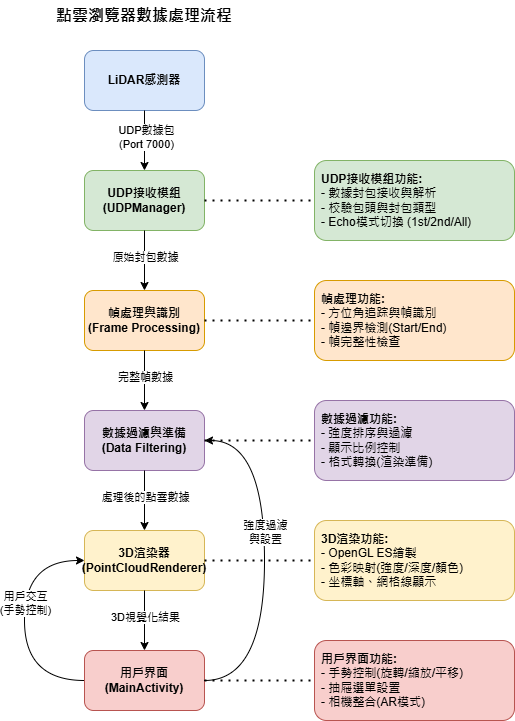
Above: docs/images/流程圖1.png in Dylan0624/PointCloudViewer (draw.io), before the change. Source tidied: cells renumbered, new cells last; positions are measured from the earlier drawing's top-left corner, leaving out a move shared by most shapes.
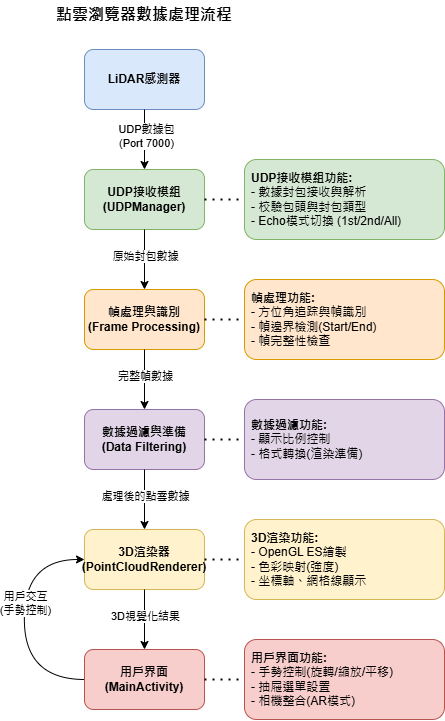
After the change.

What changed in the source:
```diff
@@ -61,51 +61,38 @@
     <mxCell id="19" value="用戶交互&lt;br&gt;(手勢控制)" style="edgeLabel;html=1;align=center;verticalAlign=middle;" parent="18" vertex="1">
       <mxGeometry x="0.15" relative="1" as="geometry" />
     </mxCell>
-    <mxCell id="20" style="endArrow=classic;html=1;rounded=0;exitX=1;exitY=0.5;exitDx=0;exitDy=0;entryX=1;entryY=0.5;entryDx=0;entryDy=0;edgeStyle=orthogonalEdgeStyle;curved=1;" parent="1" edge="1" source="7" target="5">
-      <mxGeometry relative="1" as="geometry">
-        <Array as="points">
-          <mxPoint x="250" y="680" />
-          <mxPoint x="250" y="440" />
-        </Array>
-      </mxGeometry>
+    <mxCell id="20" value="&lt;font style=&quot;font-size: 16px;&quot;&gt;&lt;b&gt;點雲瀏覽器數據處理流程&lt;/b&gt;&lt;/font&gt;" style="text;html=1;strokeColor=none;fillColor=none;align=center;verticalAlign=middle;whiteSpace=wrap;rounded=0;" parent="1" vertex="1">
+      <mxGeometry width="260" height="30" as="geometry" />
     </mxCell>
-    <mxCell id="21" value="強度過濾&lt;br&gt;與設置" style="edgeLabel;html=1;align=center;verticalAlign=middle;points=[];" parent="20" vertex="1">
-      <mxGeometry x="0.15" relative="1" as="geometry">
-        <mxPoint y="-3" as="offset" />
-      </mxGeometry>
+    <mxCell id="21" value="&lt;b&gt;UDP接收模組功能:&lt;/b&gt;&lt;br&gt;- 數據封包接收與解析&lt;br&gt;- 校驗包頭與封包類型&lt;br&gt;- Echo模式切換 (1st/2nd/All)" style="rounded=1;whiteSpace=wrap;html=1;fillColor=#d5e8d4;strokeColor=#82b366;align=left;spacingLeft=5;" parent="1" vertex="1">
+      <mxGeometry x="230" y="160" width="200" height="80" as="geometry" />
     </mxCell>
-    <mxCell id="22" value="&lt;font style=&quot;font-size: 16px;&quot;&gt;&lt;b&gt;點雲瀏覽器數據處理流程&lt;/b&gt;&lt;/font&gt;" style="text;html=1;strokeColor=none;fillColor=none;align=center;verticalAlign=middle;whiteSpace=wrap;rounded=0;" parent="1" vertex="1">
-      <mxGeometry width="260" height="30" as="geometry" />
+    <mxCell id="22" value="&lt;b&gt;幀處理功能:&lt;/b&gt;&lt;br&gt;- 方位角追踪與幀識別&lt;br&gt;- 幀邊界檢測(Start/End)&lt;br&gt;- 幀完整性檢查" style="rounded=1;whiteSpace=wrap;html=1;fillColor=#ffe6cc;strokeColor=#d79b00;align=left;spacingLeft=5;" parent="1" vertex="1">
+      <mxGeometry x="230" y="280" width="200" height="80" as="geometry" />
     </mxCell>
-    <mxCell id="23" value="&lt;b&gt;UDP接收模組功能:&lt;/b&gt;&lt;br&gt;- 數據封包接收與解析&lt;br&gt;- 校驗包頭與封包類型&lt;br&gt;- Echo模式切換 (1st/2nd/All)" style="rounded=1;whiteSpace=wrap;html=1;fillColor=#d5e8d4;strokeColor=#82b366;align=left;spacingLeft=5;" parent="1" vertex="1">
-      <mxGeometry x="300" y="160" width="200" height="80" as="geometry" />
+    <mxCell id="23" value="&lt;b&gt;數據過濾功能:&lt;/b&gt;&lt;br&gt;- 顯示比例控制&lt;br&gt;- 格式轉換(渲染準備)" style="rounded=1;whiteSpace=wrap;html=1;fillColor=#e1d5e7;strokeColor=#9673a6;align=left;spacingLeft=5;" parent="1" vertex="1">
+      <mxGeometry x="230" y="400" width="200" height="80" as="geometry" />
     </mxCell>
-    <mxCell id="24" value="&lt;b&gt;幀處理功能:&lt;/b&gt;&lt;br&gt;- 方位角追踪與幀識別&lt;br&gt;- 幀邊界檢測(Start/End)&lt;br&gt;- 幀完整性檢查" style="rounded=1;whiteSpace=wrap;html=1;fillColor=#ffe6cc;strokeColor=#d79b00;align=left;spacingLeft=5;" parent="1" vertex="1">
-      <mxGeometry x="300" y="280" width="200" height="80" as="geometry" />
+    <mxCell id="24" value="&lt;b&gt;3D渲染功能:&lt;/b&gt;&lt;br&gt;- OpenGL ES繪製&lt;br&gt;- 色彩映射(強度)&lt;br&gt;- 坐標軸、網格線顯示" style="rounded=1;whiteSpace=wrap;html=1;fillColor=#fff2cc;strokeColor=#d6b656;align=left;spacingLeft=5;" parent="1" vertex="1">
+      <mxGeometry x="230" y="520" width="200" height="80" as="geometry" />
     </mxCell>
-    <mxCell id="25" value="&lt;b&gt;數據過濾功能:&lt;/b&gt;&lt;br&gt;- 強度排序與過濾&lt;br&gt;- 顯示比例控制&lt;br&gt;- 格式轉換(渲染準備)" style="rounded=1;whiteSpace=wrap;html=1;fillColor=#e1d5e7;strokeColor=#9673a6;align=left;spacingLeft=5;" parent="1" vertex="1">
-      <mxGeometry x="300" y="400" width="200" height="80" as="geometry" />
+    <mxCell id="25" value="&lt;b&gt;用戶界面功能:&lt;/b&gt;&lt;br&gt;- 手勢控制(旋轉/縮放/平移)&lt;br&gt;- 抽屜選單設置&lt;br&gt;- 相機整合(AR模式)" style="rounded=1;whiteSpace=wrap;html=1;fillColor=#f8cecc;strokeColor=#b85450;align=left;spacingLeft=5;" parent="1" vertex="1">
+      <mxGeometry x="230" y="640" width="200" height="80" as="geometry" />
     </mxCell>
-    <mxCell id="26" value="&lt;b&gt;3D渲染功能:&lt;/b&gt;&lt;br&gt;- OpenGL ES繪製&lt;br&gt;- 色彩映射(強度/深度/顏色)&lt;br&gt;- 坐標軸、網格線顯示" style="rounded=1;whiteSpace=wrap;html=1;fillColor=#fff2cc;strokeColor=#d6b656;align=left;spacingLeft=5;" parent="1" vertex="1">
-      <mxGeometry x="300" y="520" width="200" height="80" as="geometry" />
+    <mxCell id="26" style="endArrow=none;dashed=1;html=1;dashPattern=1 3;strokeWidth=2;rounded=0;exitX=1;exitY=0.5;exitDx=0;exitDy=0;entryX=0;entryY=0.5;entryDx=0;entryDy=0;" parent="1" edge="1" source="3" target="21">
+      <mxGeometry relative="1" as="geometry" />
     </mxCell>
-    <mxCell id="27" value="&lt;b&gt;用戶界面功能:&lt;/b&gt;&lt;br&gt;- 手勢控制(旋轉/縮放/平移)&lt;br&gt;- 抽屜選單設置&lt;br&gt;- 相機整合(AR模式)" style="rounded=1;whiteSpace=wrap;html=1;fillColor=#f8cecc;strokeColor=#b85450;align=left;spacingLeft=5;" parent="1" vertex="1">
-      <mxGeometry x="300" y="640" width="200" height="80" as="geometry" />
+    <mxCell id="27" style="endArrow=none;dashed=1;html=1;dashPattern=1 3;strokeWidth=2;rounded=0;exitX=1;exitY=0.5;exitDx=0;exitDy=0;entryX=0;entryY=0.5;entryDx=0;entryDy=0;" parent="1" edge="1" source="4" target="22">
+      <mxGeometry relative="1" as="geometry" />
     </mxCell>
-    <mxCell id="28" style="endArrow=none;dashed=1;html=1;dashPattern=1 3;strokeWidth=2;rounded=0;exitX=1;exitY=0.5;exitDx=0;exitDy=0;entryX=0;entryY=0.5;entryDx=0;entryDy=0;" parent="1" edge="1" source="3" target="23">
+    <mxCell id="28" style="endArrow=none;dashed=1;html=1;dashPattern=1 3;strokeWidth=2;rounded=0;exitX=1;exitY=0.5;exitDx=0;exitDy=0;entryX=0;entryY=0.5;entryDx=0;entryDy=0;" parent="1" edge="1" source="5" target="23">
       <mxGeometry relative="1" as="geometry" />
     </mxCell>
-    <mxCell id="29" style="endArrow=none;dashed=1;html=1;dashPattern=1 3;strokeWidth=2;rounded=0;exitX=1;exitY=0.5;exitDx=0;exitDy=0;entryX=0;entryY=0.5;entryDx=0;entryDy=0;" parent="1" edge="1" source="4" target="24">
+    <mxCell id="29" style="endArrow=none;dashed=1;html=1;dashPattern=1 3;strokeWidth=2;rounded=0;exitX=1;exitY=0.5;exitDx=0;exitDy=0;entryX=0;entryY=0.5;entryDx=0;entryDy=0;" parent="1" edge="1" source="6" target="24">
       <mxGeometry relative="1" as="geometry" />
     </mxCell>
-    <mxCell id="30" style="endArrow=none;dashed=1;html=1;dashPattern=1 3;strokeWidth=2;rounded=0;exitX=1;exitY=0.5;exitDx=0;exitDy=0;entryX=0;entryY=0.5;entryDx=0;entryDy=0;" parent="1" edge="1" source="5" target="25">
+    <mxCell id="30" style="endArrow=none;dashed=1;html=1;dashPattern=1 3;strokeWidth=2;rounded=0;exitX=1;exitY=0.5;exitDx=0;exitDy=0;entryX=0;entryY=0.5;entryDx=0;entryDy=0;" parent="1" edge="1" source="7" target="25">
       <mxGeometry relative="1" as="geometry" />
     </mxCell>
-    <mxCell id="31" style="endArrow=none;dashed=1;html=1;dashPattern=1 3;strokeWidth=2;rounded=0;exitX=1;exitY=0.5;exitDx=0;exitDy=0;entryX=0;entryY=0.5;entryDx=0;entryDy=0;" parent="1" edge="1" source="6" target="26">
-      <mxGeometry relative="1" as="geometry" />
-    </mxCell>
-    <mxCell id="32" style="endArrow=none;dashed=1;html=1;dashPattern=1 3;strokeWidth=2;rounded=0;exitX=1;exitY=0.5;exitDx=0;exitDy=0;entryX=0;entryY=0.5;entryDx=0;entryDy=0;" parent="1" edge="1" source="7" target="27">
-      <mxGeometry relative="1" as="geometry" />
-    </mxCell>
   </root>
 </mxGraphModel>
```
